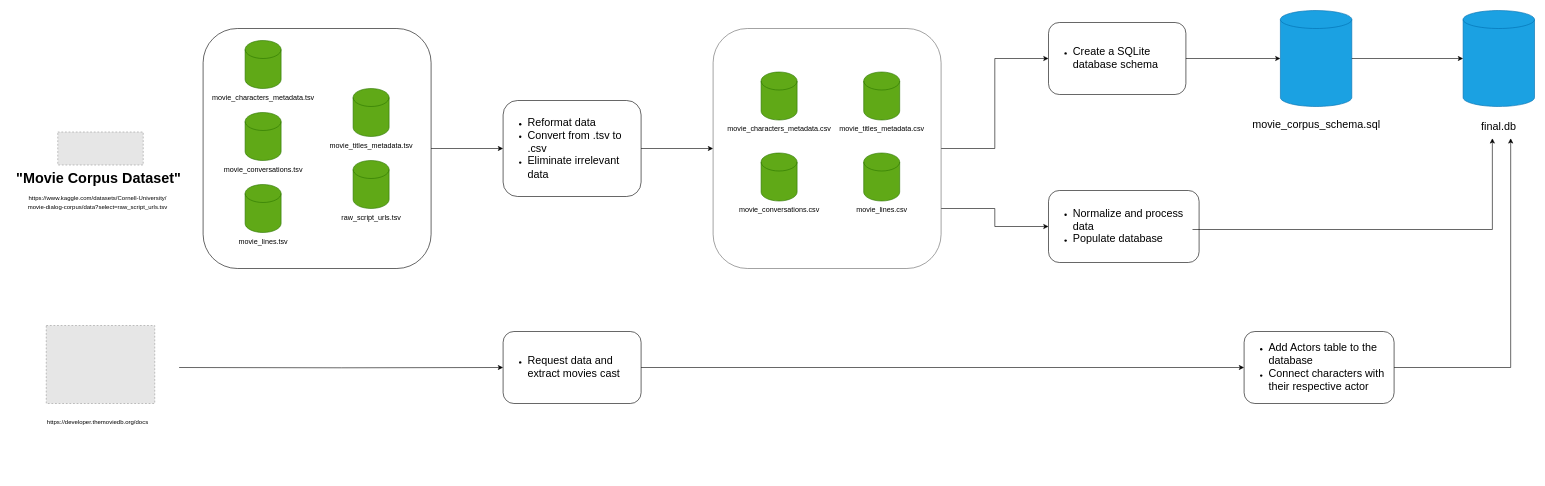
Earlier version of the draw.io diagram [PRI]_pipeline.drawio (Antoni0Ferreira/FEUP-PRI). Source tidied: cells renumbered, new cells numbered last; positions are measured from the earlier drawing's top-left corner, leaving out a move shared by most shapes. Both pictures are drawn from the tidied source at 60%, with x=0, y=0 at pixel (10, 10). Pictures stored in the file or linked from it are replaced by grey dashed boxes.
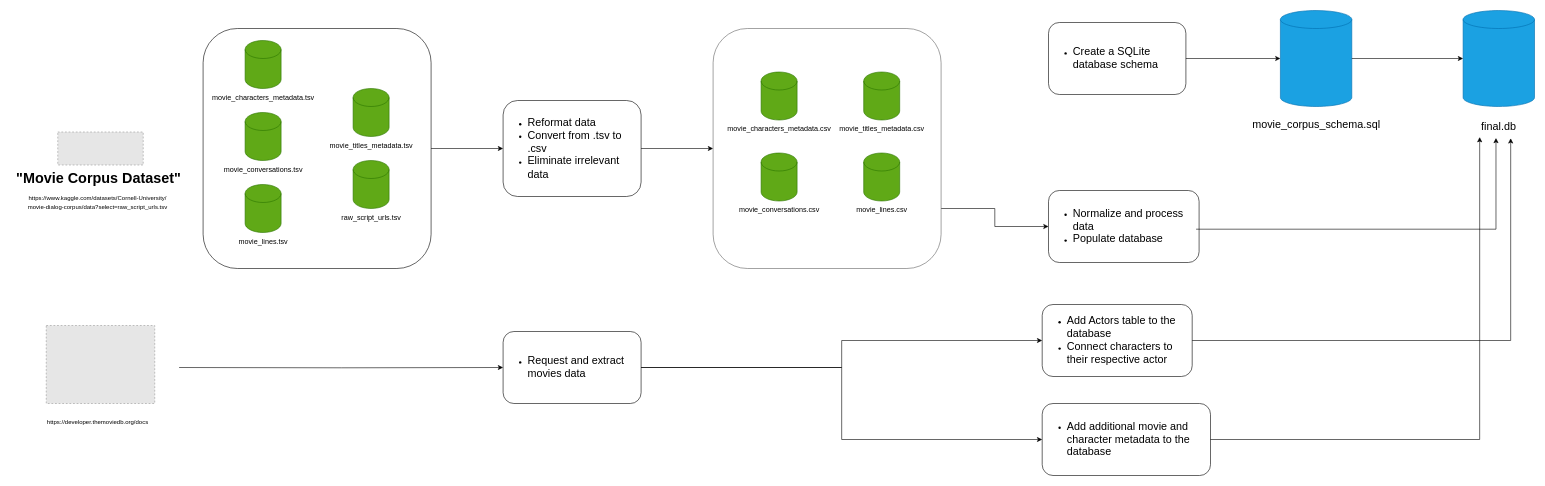
Above is the later version.

Unchanged cells that the change refers to:
```xml
<mxCell id="20" style="rounded=1;whiteSpace=wrap;html=1;fillColor=none;fontColor=#333333;strokeColor=#666666;" parent="1" vertex="1">
  <mxGeometry x="1171" y="30" width="380" height="400" as="geometry" />
</mxCell>
<mxCell id="39" value="&lt;div style=&quot;&quot;&gt;&lt;ul&gt;&lt;li style=&quot;text-align: left;&quot;&gt;&lt;span style=&quot;font-size: 18px;&quot;&gt;Create a SQLite database schema&amp;nbsp;&lt;/span&gt;&lt;/li&gt;&lt;/ul&gt;&lt;/div&gt;" style="rounded=1;whiteSpace=wrap;html=1;align=center;fillColor=none;" parent="1" vertex="1">
  <mxGeometry x="1730" y="20" width="229" height="120" as="geometry" />
</mxCell>
<mxCell id="45" value="&lt;span style=&quot;font-size: 18px;&quot;&gt;final.db&lt;/span&gt;" style="text;html=1;align=center;verticalAlign=middle;points=[];strokeColor=none;fillColor=none;" parent="1" vertex="1">
  <mxGeometry x="2440" y="172.5" width="80" height="40" as="geometry" />
</mxCell>
```

Diff of the diagram source:
```diff
@@
-    <mxCell id="18" style="edgeStyle=orthogonalEdgeStyle;rounded=0;jettySize=auto;html=1;exitX=1;exitY=0.5;exitDx=0;exitDy=0;entryX=0;entryY=0.5;entryDx=0;entryDy=0;" parent="1" edge="1" source="20" target="39">
-      <mxGeometry relative="1" as="geometry" />
-    </mxCell>
@@
-    <mxCell id="29" style="edgeStyle=orthogonalEdgeStyle;rounded=0;jettySize=auto;html=1;entryX=0.372;entryY=1.012;entryDx=0;entryDy=0;entryPerimeter=0;" parent="1" edge="1" target="45">
+    <mxCell id="29" style="edgeStyle=orthogonalEdgeStyle;rounded=0;orthogonalLoop=1;jettySize=auto;html=1;entryX=0.372;entryY=1.012;entryDx=0;entryDy=0;entryPerimeter=0;" parent="1" edge="1">
       <mxGeometry relative="1" as="geometry">
-        <mxPoint x="1970" y="365" as="sourcePoint" />
+        <mxPoint x="1976" y="364.5" as="sourcePoint" />
+        <mxPoint x="2475.8" y="212.5" as="targetPoint" />
         <Array as="points">
-          <mxPoint x="2470" y="365" />
+          <mxPoint x="2476" y="364.5" />
         </Array>
       </mxGeometry>
     </mxCell>
@@
+    <mxCell id="41" style="edgeStyle=orthogonalEdgeStyle;rounded=0;jettySize=auto;html=1;exitX=1;exitY=0.5;exitDx=0;exitDy=0;" parent="1" edge="1" source="34" target="43">
+      <mxGeometry relative="1" as="geometry" />
+    </mxCell>
+    <mxCell id="46" style="edgeStyle=orthogonalEdgeStyle;rounded=0;jettySize=auto;html=1;" parent="1" edge="1" source="34" target="47">
+      <mxGeometry relative="1" as="geometry" />
+    </mxCell>
-    <mxCell id="34" value="&lt;div style=&quot;&quot;&gt;&lt;ul&gt;&lt;li style=&quot;text-align: left;&quot;&gt;&lt;span style=&quot;font-size: 18px;&quot;&gt;Request data and extract movies cast&lt;/span&gt;&lt;/li&gt;&lt;/ul&gt;&lt;/div&gt;" style="rounded=1;whiteSpace=wrap;html=1;align=center;fillColor=none;" parent="1" vertex="1">
+    <mxCell id="34" value="&lt;div style=&quot;&quot;&gt;&lt;ul&gt;&lt;li style=&quot;text-align: left;&quot;&gt;&lt;span style=&quot;font-size: 18px;&quot;&gt;Request and extract movies data&lt;/span&gt;&lt;/li&gt;&lt;/ul&gt;&lt;/div&gt;" style="rounded=1;whiteSpace=wrap;html=1;align=center;fillColor=none;" parent="1" vertex="1">
       <mxGeometry x="821" y="535" width="230" height="120" as="geometry" />
     </mxCell>
@@
-    <mxCell id="41" style="edgeStyle=orthogonalEdgeStyle;rounded=0;jettySize=auto;html=1;exitX=1;exitY=0.5;exitDx=0;exitDy=0;" parent="1" edge="1" source="34" target="43">
-      <mxGeometry relative="1" as="geometry" />
-    </mxCell>
@@
-    <mxCell id="43" value="&lt;div style=&quot;&quot;&gt;&lt;ul&gt;&lt;li style=&quot;text-align: left;&quot;&gt;&lt;span style=&quot;font-size: 18px;&quot;&gt;Add Actors table to the database&lt;/span&gt;&lt;/li&gt;&lt;li style=&quot;text-align: left;&quot;&gt;&lt;span style=&quot;font-size: 18px;&quot;&gt;Connect characters with their respective actor&lt;/span&gt;&lt;/li&gt;&lt;/ul&gt;&lt;/div&gt;" style="rounded=1;whiteSpace=wrap;html=1;align=center;fillColor=none;" parent="1" vertex="1">
-      <mxGeometry x="2056" y="535" width="250" height="120" as="geometry" />
+    <mxCell id="43" value="&lt;div style=&quot;&quot;&gt;&lt;ul&gt;&lt;li style=&quot;text-align: left;&quot;&gt;&lt;span style=&quot;font-size: 18px;&quot;&gt;Add Actors table to the database&lt;/span&gt;&lt;/li&gt;&lt;li style=&quot;text-align: left;&quot;&gt;&lt;span style=&quot;font-size: 18px;&quot;&gt;Connect characters to their respective actor&lt;/span&gt;&lt;/li&gt;&lt;/ul&gt;&lt;/div&gt;" style="rounded=1;whiteSpace=wrap;html=1;align=center;fillColor=none;" parent="1" vertex="1">
+      <mxGeometry x="1719.5" y="490" width="250" height="120" as="geometry" />
     </mxCell>
@@
+    <mxCell id="47" value="&lt;div style=&quot;&quot;&gt;&lt;ul&gt;&lt;li style=&quot;text-align: left;&quot;&gt;&lt;span style=&quot;font-size: 18px;&quot;&gt;Add additional movie and character metadata to the database&lt;/span&gt;&lt;/li&gt;&lt;/ul&gt;&lt;/div&gt;" style="rounded=1;whiteSpace=wrap;html=1;align=center;fillColor=none;" parent="1" vertex="1">
+      <mxGeometry x="1719.5" y="655" width="280.5" height="120" as="geometry" />
+    </mxCell>
+    <mxCell id="48" style="edgeStyle=orthogonalEdgeStyle;rounded=0;jettySize=auto;html=1;exitX=1;exitY=0.5;exitDx=0;exitDy=0;entryX=0.108;entryY=0.962;entryDx=0;entryDy=0;entryPerimeter=0;" parent="1" edge="1" source="47" target="45">
+      <mxGeometry relative="1" as="geometry" />
+    </mxCell>
```
